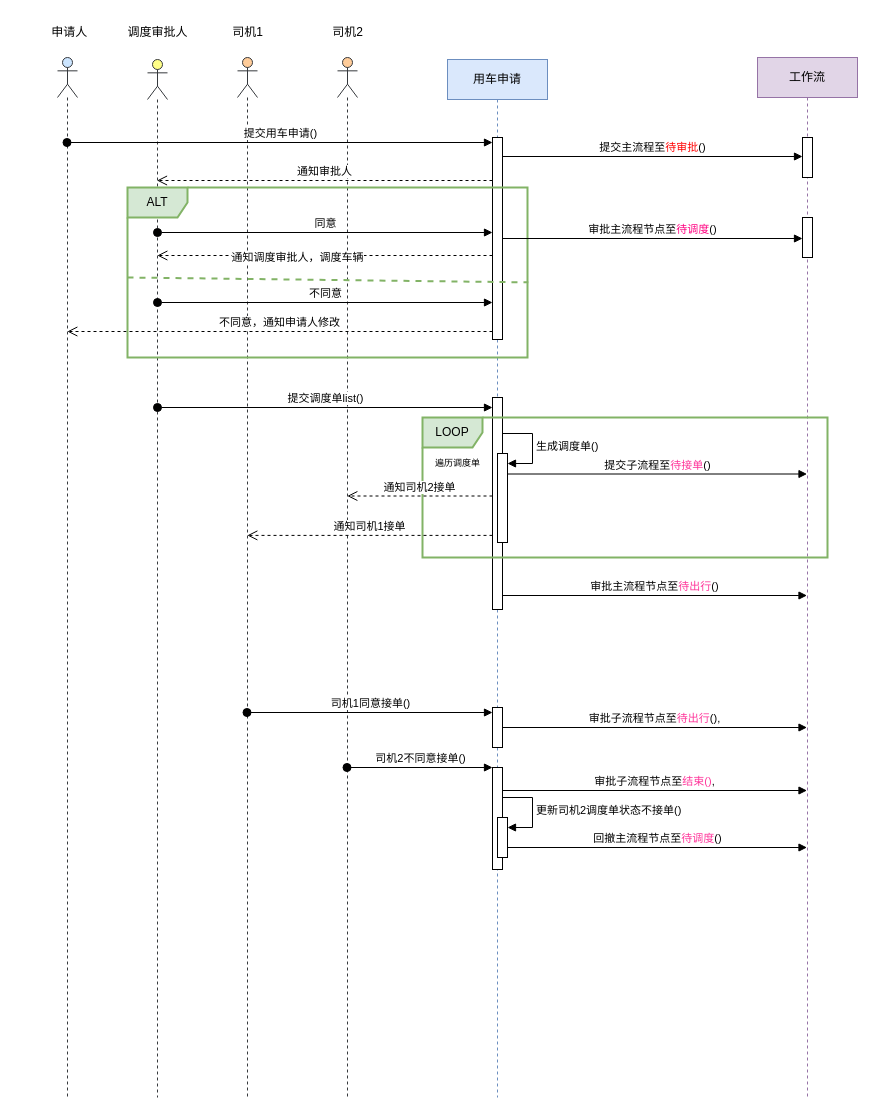
This is 车辆调度时序图.drawio from chenzhi666/doc, a draw.io file, before an edit. Source tidied: cells renumbered, new cells numbered last; positions are measured from the earlier drawing's top-left corner, leaving out a move shared by most shapes. Both pictures are drawn from the tidied source at 100%, with x=0, y=0 at pixel (17, 17).
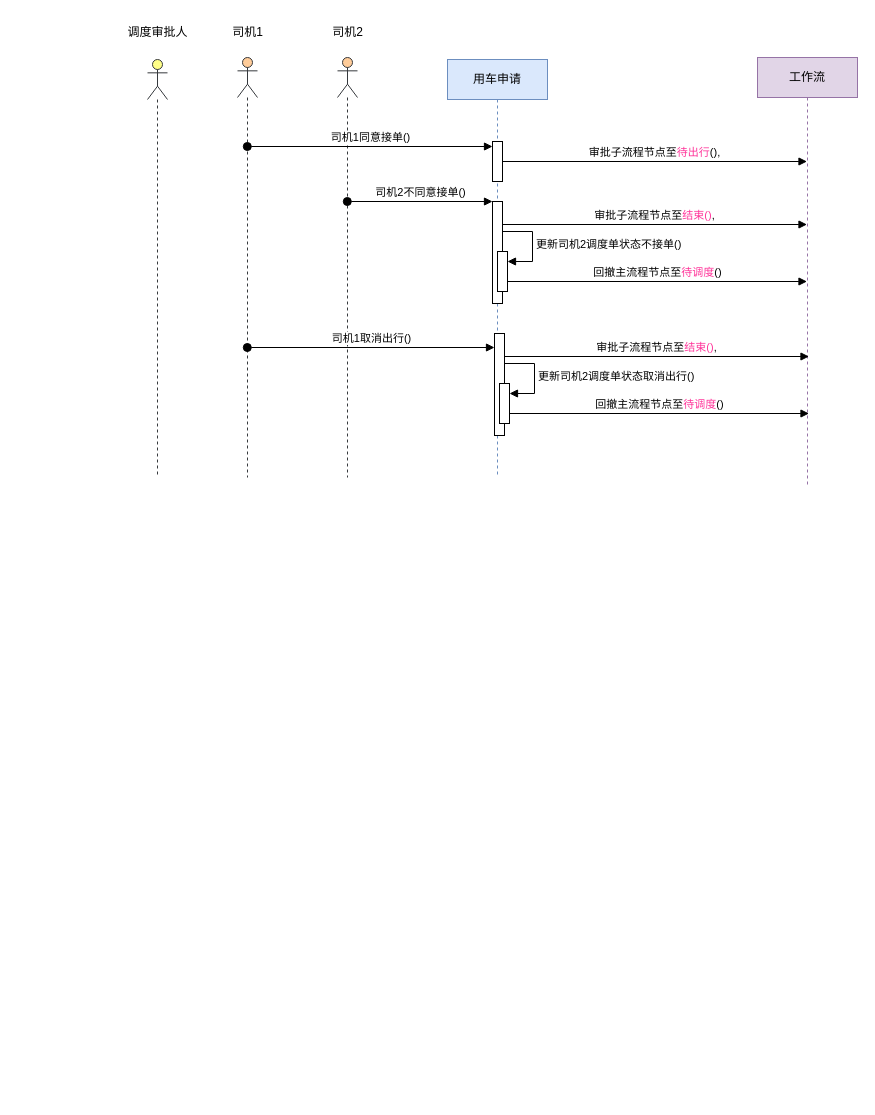
After the change.

Commit message:
车辆调度时序图(重新调度).drawio

Diff of the diagram source:
```diff
@@
-    <mxCell id="2" style="shape=umlLifeline;perimeter=lifelinePerimeter;whiteSpace=wrap;html=1;outlineConnect=0;portConstraint=eastwest;newEdgeStyle={&quot;curved&quot;:0,&quot;rounded&quot;:0};participant=umlActor;fillColor=#cce5ff;strokeColor=#36393d;" parent="1" vertex="1">
-      <mxGeometry x="40" y="40" width="20" height="1040" as="geometry" />
-    </mxCell>
-    <mxCell id="3" value="&amp;nbsp; &amp;nbsp; &amp;nbsp; &amp;nbsp;申请人" style="text;html=1;align=center;verticalAlign=middle;strokeColor=none;fillColor=none;" parent="1" vertex="1">
-      <mxGeometry width="80" height="30" as="geometry" />
-    </mxCell>
     <mxCell id="4" style="shape=umlLifeline;perimeter=lifelinePerimeter;whiteSpace=wrap;html=1;outlineConnect=0;portConstraint=eastwest;newEdgeStyle={&quot;curved&quot;:0,&quot;rounded&quot;:0};participant=umlActor;fillColor=#ffff88;strokeColor=#36393d;" parent="1" vertex="1">
-      <mxGeometry x="130" y="42" width="20" height="1038" as="geometry" />
+      <mxGeometry x="130" y="42" width="20" height="418" as="geometry" />
     </mxCell>
@@
     <mxCell id="6" style="shape=umlLifeline;perimeter=lifelinePerimeter;whiteSpace=wrap;html=1;outlineConnect=0;portConstraint=eastwest;newEdgeStyle={&quot;curved&quot;:0,&quot;rounded&quot;:0};participant=umlActor;fillColor=#ffcc99;strokeColor=#36393d;" parent="1" vertex="1">
-      <mxGeometry x="220" y="40" width="20" height="1040" as="geometry" />
+      <mxGeometry x="220" y="40" width="20" height="420" as="geometry" />
     </mxCell>
@@
     <mxCell id="8" value="用车申请" style="shape=umlLifeline;perimeter=lifelinePerimeter;whiteSpace=wrap;html=1;newEdgeStyle={&quot;curved&quot;:0,&quot;rounded&quot;:0};fillColor=#dae8fc;strokeColor=#6c8ebf;" parent="1" vertex="1">
-      <mxGeometry x="430" y="42" width="100" height="1038" as="geometry" />
+      <mxGeometry x="430" y="42" width="100" height="418" as="geometry" />
     </mxCell>
-    <mxCell id="9" style="html=1;points=[[0,0,0,0,5],[0,1,0,0,-5],[1,0,0,0,5],[1,1,0,0,-5]];perimeter=orthogonalPerimeter;outlineConnect=0;targetShapes=umlLifeline;portConstraint=eastwest;newEdgeStyle={&quot;curved&quot;:0,&quot;rounded&quot;:0};" parent="8" vertex="1">
-      <mxGeometry x="45" y="78" width="10" height="202" as="geometry" />
-    </mxCell>
-    <mxCell id="10" style="html=1;points=[[0,0,0,0,5],[0,1,0,0,-5],[1,0,0,0,5],[1,1,0,0,-5]];perimeter=orthogonalPerimeter;outlineConnect=0;targetShapes=umlLifeline;portConstraint=eastwest;newEdgeStyle={&quot;curved&quot;:0,&quot;rounded&quot;:0};" parent="8" vertex="1">
-      <mxGeometry x="45" y="338" width="10" height="212" as="geometry" />
-    </mxCell>
-    <mxCell id="11" style="html=1;points=[[0,0,0,0,5],[0,1,0,0,-5],[1,0,0,0,5],[1,1,0,0,-5]];perimeter=orthogonalPerimeter;outlineConnect=0;targetShapes=umlLifeline;portConstraint=eastwest;newEdgeStyle={&quot;curved&quot;:0,&quot;rounded&quot;:0};" parent="8" vertex="1">
-      <mxGeometry x="50" y="394" width="10" height="89" as="geometry" />
-    </mxCell>
-    <mxCell id="12" value="生成调度单()" style="html=1;align=left;spacingLeft=2;endArrow=block;rounded=0;edgeStyle=orthogonalEdgeStyle;curved=0;rounded=0;" parent="8" edge="1" target="11">
-      <mxGeometry x="0.01" relative="1" as="geometry">
-        <mxPoint x="55" y="374" as="sourcePoint" />
-        <Array as="points">
-          <mxPoint x="85" y="404" />
-        </Array>
-      </mxGeometry>
-    </mxCell>
     <mxCell id="13" style="html=1;points=[[0,0,0,0,5],[0,1,0,0,-5],[1,0,0,0,5],[1,1,0,0,-5]];perimeter=orthogonalPerimeter;outlineConnect=0;targetShapes=umlLifeline;portConstraint=eastwest;newEdgeStyle={&quot;curved&quot;:0,&quot;rounded&quot;:0};" parent="8" vertex="1">
-      <mxGeometry x="45" y="648" width="10" height="40" as="geometry" />
+      <mxGeometry x="45" y="82" width="10" height="40" as="geometry" />
     </mxCell>
     <mxCell id="14" style="html=1;points=[[0,0,0,0,5],[0,1,0,0,-5],[1,0,0,0,5],[1,1,0,0,-5]];perimeter=orthogonalPerimeter;outlineConnect=0;targetShapes=umlLifeline;portConstraint=eastwest;newEdgeStyle={&quot;curved&quot;:0,&quot;rounded&quot;:0};" parent="8" vertex="1">
-      <mxGeometry x="45" y="708" width="10" height="102" as="geometry" />
+      <mxGeometry x="45" y="142" width="10" height="102" as="geometry" />
     </mxCell>
     <mxCell id="15" style="html=1;points=[[0,0,0,0,5],[0,1,0,0,-5],[1,0,0,0,5],[1,1,0,0,-5]];perimeter=orthogonalPerimeter;outlineConnect=0;targetShapes=umlLifeline;portConstraint=eastwest;newEdgeStyle={&quot;curved&quot;:0,&quot;rounded&quot;:0};" parent="8" vertex="1">
-      <mxGeometry x="50" y="758" width="10" height="40" as="geometry" />
+      <mxGeometry x="50" y="192" width="10" height="40" as="geometry" />
     </mxCell>
     <mxCell id="16" value="更新司机2调度单状态不接单()" style="html=1;align=left;spacingLeft=2;endArrow=block;rounded=0;edgeStyle=orthogonalEdgeStyle;curved=0;rounded=0;" parent="8" edge="1" target="15">
       <mxGeometry relative="1" as="geometry">
-        <mxPoint x="55" y="738" as="sourcePoint" />
+        <mxPoint x="55" y="172" as="sourcePoint" />
         <Array as="points">
-          <mxPoint x="85" y="768" />
+          <mxPoint x="85" y="202" />
         </Array>
       </mxGeometry>
     </mxCell>
     <mxCell id="17" style="shape=umlLifeline;perimeter=lifelinePerimeter;whiteSpace=wrap;html=1;outlineConnect=0;portConstraint=eastwest;newEdgeStyle={&quot;curved&quot;:0,&quot;rounded&quot;:0};participant=umlActor;fillColor=#ffcc99;strokeColor=#36393d;" parent="1" vertex="1">
-      <mxGeometry x="320" y="40" width="20" height="1040" as="geometry" />
+      <mxGeometry x="320" y="40" width="20" height="420" as="geometry" />
     </mxCell>
@@
-    <mxCell id="19" value="提交用车申请()" style="html=1;verticalAlign=bottom;startArrow=oval;endArrow=block;startSize=8;curved=0;rounded=0;entryX=0;entryY=0;entryDx=0;entryDy=5;" parent="1" edge="1" source="2" target="9">
-      <mxGeometry relative="1" as="geometry" />
-    </mxCell>
-    <mxCell id="20" value="通知审批人" style="html=1;verticalAlign=bottom;endArrow=open;dashed=1;endSize=8;curved=0;rounded=0;" parent="1" edge="1" target="4">
-      <mxGeometry relative="1" as="geometry">
-        <mxPoint x="475" y="163" as="sourcePoint" />
-      </mxGeometry>
-    </mxCell>
-    <mxCell id="21" value="同意" style="html=1;verticalAlign=bottom;startArrow=oval;startFill=1;endArrow=block;startSize=8;curved=0;rounded=0;" parent="1" edge="1">
-      <mxGeometry relative="1" as="geometry">
-        <mxPoint x="140" y="215" as="sourcePoint" />
-        <mxPoint x="475" y="215" as="targetPoint" />
-      </mxGeometry>
-    </mxCell>
-    <mxCell id="22" value="不同意，通知申请人修改" style="html=1;verticalAlign=bottom;endArrow=open;dashed=1;endSize=8;curved=0;rounded=0;" parent="1" edge="1" source="9">
-      <mxGeometry relative="1" as="geometry">
-        <mxPoint x="49.8" y="314" as="targetPoint" />
-      </mxGeometry>
-    </mxCell>
-    <mxCell id="23" value="ALT" style="shape=umlFrame;whiteSpace=wrap;html=1;fillColor=#d5e8d4;strokeColor=#82b366;strokeWidth=2;" parent="1" vertex="1">
-      <mxGeometry x="110" y="170" width="400" height="170" as="geometry" />
-    </mxCell>
-    <mxCell id="24" style="endArrow=none;startArrow=none;endFill=0;startFill=0;endSize=8;html=1;verticalAlign=bottom;dashed=1;labelBackgroundColor=none;rounded=0;entryX=1.002;entryY=0.558;entryDx=0;entryDy=0;entryPerimeter=0;fillColor=#d5e8d4;strokeColor=#82b366;strokeWidth=2;" parent="1" edge="1" target="23">
-      <mxGeometry relative="1" as="geometry">
-        <mxPoint x="110" y="260" as="sourcePoint" />
-      </mxGeometry>
-    </mxCell>
-    <mxCell id="25" value="不同意" style="html=1;verticalAlign=bottom;startArrow=oval;startFill=1;endArrow=block;startSize=8;curved=0;rounded=0;" parent="1" edge="1">
-      <mxGeometry relative="1" as="geometry">
-        <mxPoint x="140" y="285" as="sourcePoint" />
-        <mxPoint x="475" y="285" as="targetPoint" />
-      </mxGeometry>
-    </mxCell>
-    <mxCell id="26" style="html=1;verticalAlign=bottom;endArrow=open;dashed=1;endSize=8;curved=0;rounded=0;" parent="1" edge="1">
-      <mxGeometry relative="1" as="geometry">
-        <mxPoint x="475" y="238" as="sourcePoint" />
-        <mxPoint x="139.8" y="238" as="targetPoint" />
-      </mxGeometry>
-    </mxCell>
-    <mxCell id="27" value="通知调度审批人，调度车辆" style="edgeLabel;html=1;align=center;verticalAlign=middle;" parent="26" vertex="1">
-      <mxGeometry x="0.17" y="1" relative="1" as="geometry" />
-    </mxCell>
-    <mxCell id="28" value="提交调度单list()" style="html=1;verticalAlign=bottom;startArrow=oval;startFill=1;endArrow=block;startSize=8;curved=0;rounded=0;" parent="1" edge="1">
-      <mxGeometry relative="1" as="geometry">
-        <mxPoint x="140" y="390" as="sourcePoint" />
-        <mxPoint x="475" y="390" as="targetPoint" />
-      </mxGeometry>
-    </mxCell>
     <mxCell id="29" value="工作流" style="shape=umlLifeline;perimeter=lifelinePerimeter;whiteSpace=wrap;html=1;outlineConnect=0;portConstraint=eastwest;newEdgeStyle={&quot;curved&quot;:0,&quot;rounded&quot;:0};fillColor=#e1d5e7;strokeColor=#9673a6;" parent="1" vertex="1">
-      <mxGeometry x="740" y="40" width="100" height="1040" as="geometry" />
+      <mxGeometry x="740" y="40" width="100" height="430" as="geometry" />
     </mxCell>
-    <mxCell id="30" style="html=1;points=[[0,0,0,0,5],[0,1,0,0,-5],[1,0,0,0,5],[1,1,0,0,-5]];perimeter=orthogonalPerimeter;outlineConnect=0;targetShapes=umlLifeline;portConstraint=eastwest;newEdgeStyle={&quot;curved&quot;:0,&quot;rounded&quot;:0};" parent="29" vertex="1">
-      <mxGeometry x="45" y="80" width="10" height="40" as="geometry" />
-    </mxCell>
-    <mxCell id="31" style="html=1;points=[[0,0,0,0,5],[0,1,0,0,-5],[1,0,0,0,5],[1,1,0,0,-5]];perimeter=orthogonalPerimeter;outlineConnect=0;targetShapes=umlLifeline;portConstraint=eastwest;newEdgeStyle={&quot;curved&quot;:0,&quot;rounded&quot;:0};" parent="29" vertex="1">
-      <mxGeometry x="45" y="160" width="10" height="40" as="geometry" />
-    </mxCell>
-    <mxCell id="32" value="提交主流程至&lt;font color=&quot;#ff0000&quot;&gt;待审批&lt;/font&gt;()" style="html=1;verticalAlign=bottom;endArrow=block;curved=0;rounded=0;" parent="1" edge="1" target="30">
-      <mxGeometry relative="1" as="geometry">
-        <mxPoint x="485" y="139" as="sourcePoint" />
-      </mxGeometry>
-    </mxCell>
-    <mxCell id="33" value="审批主流程节点至&lt;font color=&quot;#ff0080&quot;&gt;待调度&lt;/font&gt;()" style="html=1;verticalAlign=bottom;endArrow=block;curved=0;rounded=0;" parent="1" edge="1" source="9" target="31">
-      <mxGeometry relative="1" as="geometry" />
-    </mxCell>
-    <mxCell id="34" value="LOOP" style="shape=umlFrame;whiteSpace=wrap;html=1;fillColor=#d5e8d4;strokeColor=#82b366;strokeWidth=2;" parent="1" vertex="1">
-      <mxGeometry x="405" y="400" width="405" height="140" as="geometry" />
-    </mxCell>
-    <mxCell id="35" value="&lt;font style=&quot;font-size: 9px;&quot;&gt;遍历调度单&lt;/font&gt;" style="text;html=1;align=center;verticalAlign=middle;strokeColor=none;fillColor=none;" parent="1" vertex="1">
-      <mxGeometry x="405" y="430" width="70" height="30" as="geometry" />
-    </mxCell>
-    <mxCell id="36" value="提交子流程至&lt;font color=&quot;#ff3399&quot;&gt;待接单&lt;/font&gt;()" style="html=1;verticalAlign=bottom;endArrow=block;curved=0;rounded=0;" parent="1" edge="1">
-      <mxGeometry relative="1" as="geometry">
-        <mxPoint x="490" y="456.5" as="sourcePoint" />
-        <mxPoint x="789.5" y="456.5" as="targetPoint" />
-      </mxGeometry>
-    </mxCell>
-    <mxCell id="37" value="审批主流程节点至&lt;font color=&quot;#ff3399&quot;&gt;待出行&lt;/font&gt;()" style="html=1;verticalAlign=bottom;endArrow=block;curved=0;rounded=0;" parent="1" edge="1">
-      <mxGeometry relative="1" as="geometry">
-        <mxPoint x="485" y="578" as="sourcePoint" />
-        <mxPoint x="789.5" y="578" as="targetPoint" />
-      </mxGeometry>
-    </mxCell>
-    <mxCell id="38" value="通知司机1接单" style="html=1;verticalAlign=bottom;endArrow=open;dashed=1;endSize=8;curved=0;rounded=0;" parent="1" edge="1" source="10">
-      <mxGeometry relative="1" as="geometry">
-        <mxPoint x="229.8" y="517.9" as="targetPoint" />
-      </mxGeometry>
-    </mxCell>
-    <mxCell id="39" value="通知司机2接单" style="html=1;verticalAlign=bottom;endArrow=open;dashed=1;endSize=8;curved=0;rounded=0;" parent="1" edge="1">
-      <mxGeometry relative="1" as="geometry">
-        <mxPoint x="475" y="478.5" as="sourcePoint" />
-        <mxPoint x="329.8" y="478.5" as="targetPoint" />
-      </mxGeometry>
-    </mxCell>
-    <mxCell id="40" value="司机1同意接单()" style="html=1;verticalAlign=bottom;startArrow=oval;endArrow=block;startSize=8;curved=0;rounded=0;entryX=0;entryY=0;entryDx=0;entryDy=5;" parent="1" edge="1" source="6" target="13">
-      <mxGeometry relative="1" as="geometry" />
+    <mxCell id="40" value="司机1同意接单()" style="html=1;verticalAlign=bottom;startArrow=oval;endArrow=block;startSize=8;curved=0;rounded=0;entryX=0;entryY=0;entryDx=0;entryDy=5;" parent="1" edge="1" target="13">
+      <mxGeometry relative="1" as="geometry">
+        <mxPoint x="229.8" y="129" as="sourcePoint" />
+      </mxGeometry>
     </mxCell>
-    <mxCell id="41" value="审批子流程节点至&lt;font color=&quot;#ff3399&quot;&gt;待出行&lt;/font&gt;()," style="html=1;verticalAlign=bottom;endArrow=block;curved=0;rounded=0;" parent="1" edge="1" source="13" target="29">
-      <mxGeometry relative="1" as="geometry" />
+    <mxCell id="41" value="审批子流程节点至&lt;font color=&quot;#ff3399&quot;&gt;待出行&lt;/font&gt;()," style="html=1;verticalAlign=bottom;endArrow=block;curved=0;rounded=0;" parent="1" edge="1" source="13">
+      <mxGeometry relative="1" as="geometry">
+        <mxPoint x="789.5" y="144" as="targetPoint" />
+      </mxGeometry>
     </mxCell>
-    <mxCell id="42" value="司机2不同意接单()" style="html=1;verticalAlign=bottom;startArrow=oval;endArrow=block;startSize=8;curved=0;rounded=0;" parent="1" edge="1" source="17" target="14">
-      <mxGeometry relative="1" as="geometry" />
+    <mxCell id="42" value="司机2不同意接单()" style="html=1;verticalAlign=bottom;startArrow=oval;endArrow=block;startSize=8;curved=0;rounded=0;" parent="1" edge="1" target="14">
+      <mxGeometry relative="1" as="geometry">
+        <mxPoint x="329.8" y="184" as="sourcePoint" />
+      </mxGeometry>
     </mxCell>
     <mxCell id="43" value="审批子流程节点至&lt;font color=&quot;#ff3399&quot;&gt;结束()&lt;/font&gt;," style="html=1;verticalAlign=bottom;endArrow=block;curved=0;rounded=0;" parent="1" edge="1">
       <mxGeometry relative="1" as="geometry">
-        <mxPoint x="485" y="773" as="sourcePoint" />
-        <mxPoint x="789.5" y="773" as="targetPoint" />
+        <mxPoint x="485" y="207" as="sourcePoint" />
+        <mxPoint x="789.5" y="207" as="targetPoint" />
       </mxGeometry>
     </mxCell>
-    <mxCell id="44" value="回撤主流程节点至&lt;font color=&quot;#ff3399&quot;&gt;待调度&lt;/font&gt;()" style="html=1;verticalAlign=bottom;endArrow=block;curved=0;rounded=0;" parent="1" edge="1" target="29">
+    <mxCell id="44" value="回撤主流程节点至&lt;font color=&quot;#ff3399&quot;&gt;待调度&lt;/font&gt;()" style="html=1;verticalAlign=bottom;endArrow=block;curved=0;rounded=0;" parent="1" edge="1">
       <mxGeometry relative="1" as="geometry">
-        <mxPoint x="490" y="830" as="sourcePoint" />
+        <mxPoint x="490" y="264" as="sourcePoint" />
+        <mxPoint x="789.5" y="264" as="targetPoint" />
       </mxGeometry>
     </mxCell>
+    <mxCell id="45" style="html=1;perimeter=orthogonalPerimeter;targetShapes=umlLifeline;newEdgeStyle={&quot;curved&quot;:0,&quot;rounded&quot;:0};" parent="1" vertex="1">
+      <mxGeometry x="477" y="316" width="10" height="102" as="geometry" />
+    </mxCell>
+    <mxCell id="46" style="html=1;points=[[0,0,0,0,5],[0,1,0,0,-5],[1,0,0,0,5],[1,1,0,0,-5]];perimeter=orthogonalPerimeter;outlineConnect=0;targetShapes=umlLifeline;portConstraint=eastwest;newEdgeStyle={&quot;curved&quot;:0,&quot;rounded&quot;:0};" parent="1" vertex="1">
+      <mxGeometry x="482" y="366" width="10" height="40" as="geometry" />
+    </mxCell>
+    <mxCell id="47" value="更新司机2调度单状态取消出行()" style="html=1;align=left;spacingLeft=2;endArrow=block;rounded=0;edgeStyle=orthogonalEdgeStyle;curved=0;rounded=0;" parent="1" edge="1" target="46">
+      <mxGeometry relative="1" as="geometry">
+        <mxPoint x="487" y="346" as="sourcePoint" />
+        <Array as="points">
+          <mxPoint x="517" y="376" />
+        </Array>
+      </mxGeometry>
+    </mxCell>
+    <mxCell id="48" value="司机1取消出行()" style="html=1;verticalAlign=bottom;startArrow=oval;endArrow=block;startSize=8;curved=0;rounded=0;" parent="1" edge="1">
+      <mxGeometry relative="1" as="geometry">
+        <mxPoint x="229.8" y="330" as="sourcePoint" />
+        <mxPoint x="477" y="330" as="targetPoint" />
+      </mxGeometry>
+    </mxCell>
+    <mxCell id="49" value="审批子流程节点至&lt;font color=&quot;#ff3399&quot;&gt;结束()&lt;/font&gt;," style="html=1;verticalAlign=bottom;endArrow=block;curved=0;rounded=0;" parent="1" edge="1">
+      <mxGeometry relative="1" as="geometry">
+        <mxPoint x="487" y="339" as="sourcePoint" />
+        <mxPoint x="791.5" y="339" as="targetPoint" />
+      </mxGeometry>
+    </mxCell>
+    <mxCell id="50" value="回撤主流程节点至&lt;font color=&quot;#ff3399&quot;&gt;待调度&lt;/font&gt;()" style="html=1;verticalAlign=bottom;endArrow=block;curved=0;rounded=0;" parent="1" edge="1">
+      <mxGeometry relative="1" as="geometry">
+        <mxPoint x="492" y="396" as="sourcePoint" />
+        <mxPoint x="791.5" y="396" as="targetPoint" />
+      </mxGeometry>
+    </mxCell>
```
